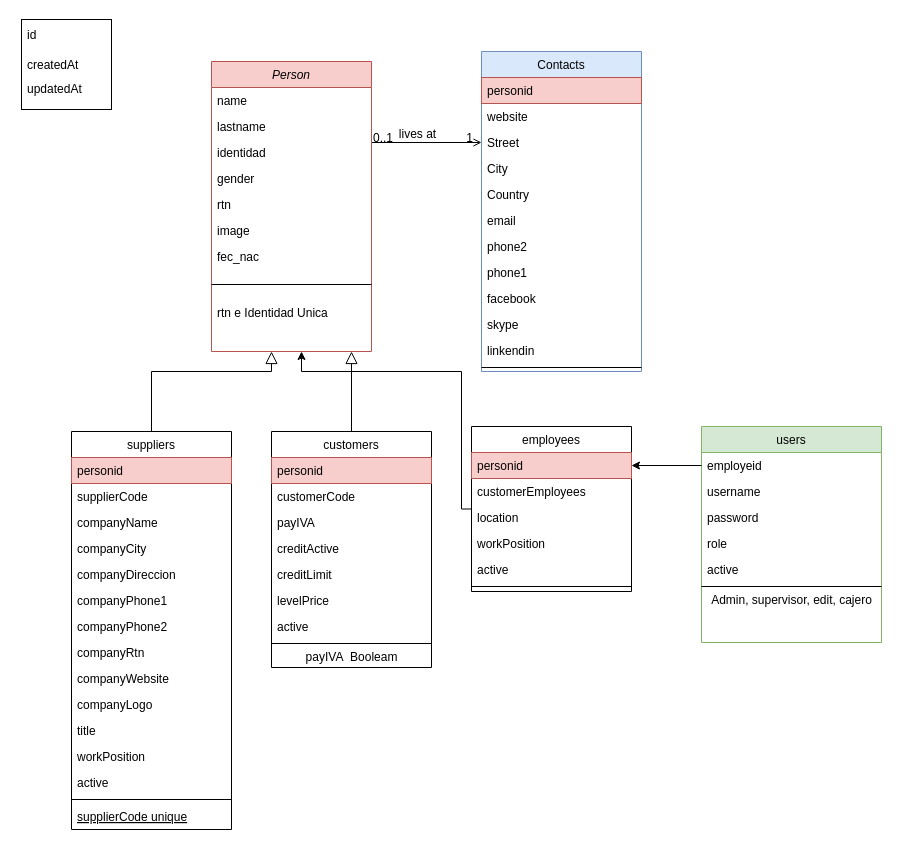
ingricardotoro/backendPosweb keeps this draw.io diagram as config/Untitled Diagram.drawio. Above is the earlier version. Source tidied: cells renumbered, new cells numbered last; positions are measured from the earlier drawing's top-left corner, leaving out a move shared by most shapes. Both pictures are drawn from the tidied source at 100%, with x=0, y=0 at pixel (21, 19).
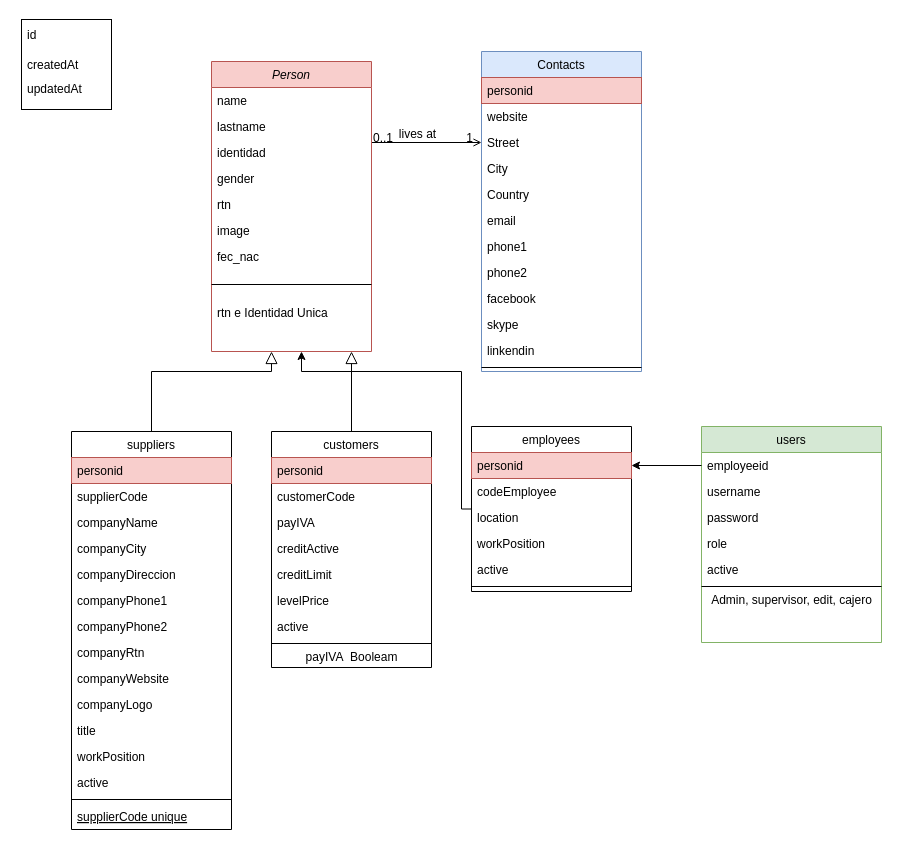
After the change.

Unchanged cells that the change refers to:
```xml
<mxCell id="8" value="Contacts" style="swimlane;fontStyle=0;align=center;verticalAlign=top;horizontal=1;startSize=26;rounded=0;shadow=0;strokeWidth=1;fillColor=#dae8fc;strokeColor=#6c8ebf;" parent="1" vertex="1">
  <mxGeometry x="460" y="32" width="160" height="320" as="geometry" />
</mxCell>
<mxCell id="61" value="employees" style="swimlane;fontStyle=0;align=center;verticalAlign=top;horizontal=1;startSize=26;rounded=0;shadow=0;strokeWidth=1;" parent="1" vertex="1">
  <mxGeometry x="450" y="407" width="160" height="165" as="geometry" />
</mxCell>
<mxCell id="69" value="users" style="swimlane;fontStyle=0;align=center;verticalAlign=top;horizontal=1;startSize=26;rounded=0;shadow=0;strokeWidth=1;fillColor=#d5e8d4;strokeColor=#82b366;" parent="1" vertex="1">
  <mxGeometry x="680" y="407" width="180" height="216" as="geometry" />
</mxCell>
```

What changed in the source:
```diff
@@
+    <mxCell id="16" value="phone1" style="text;align=left;verticalAlign=top;spacingLeft=4;spacingRight=4;overflow=hidden;rounded=0;shadow=0;html=0;" parent="8" vertex="1">
+      <mxGeometry y="182" width="160" height="26" as="geometry" />
+    </mxCell>
     <mxCell id="15" value="phone2" style="text;align=left;verticalAlign=top;spacingLeft=4;spacingRight=4;overflow=hidden;rounded=0;shadow=0;html=0;" parent="8" vertex="1">
-      <mxGeometry y="182" width="160" height="26" as="geometry" />
+      <mxGeometry y="208" width="160" height="26" as="geometry" />
     </mxCell>
-    <mxCell id="16" value="phone1" style="text;align=left;verticalAlign=top;spacingLeft=4;spacingRight=4;overflow=hidden;rounded=0;shadow=0;html=0;" parent="8" vertex="1">
-      <mxGeometry y="208" width="160" height="26" as="geometry" />
-    </mxCell>
@@
-    <mxCell id="63" value="customerEmployees" style="text;align=left;verticalAlign=top;spacingLeft=4;spacingRight=4;overflow=hidden;" parent="61" vertex="1">
+    <mxCell id="63" value="codeEmployee" style="text;align=left;verticalAlign=top;spacingLeft=4;spacingRight=4;overflow=hidden;" parent="61" vertex="1">
       <mxGeometry y="52" width="160" height="26" as="geometry" />
     </mxCell>
@@
-    <mxCell id="70" value="employeid" style="text;align=left;verticalAlign=top;spacingLeft=4;spacingRight=4;overflow=hidden;points=[[0,0.5],[1,0.5]];portConstraint=eastwest;rounded=0;shadow=0;html=0;" parent="69" vertex="1">
+    <mxCell id="70" value="employeeid" style="text;align=left;verticalAlign=top;spacingLeft=4;spacingRight=4;overflow=hidden;points=[[0,0.5],[1,0.5]];portConstraint=eastwest;rounded=0;shadow=0;html=0;" parent="69" vertex="1">
       <mxGeometry y="26" width="180" height="26" as="geometry" />
     </mxCell>
```
